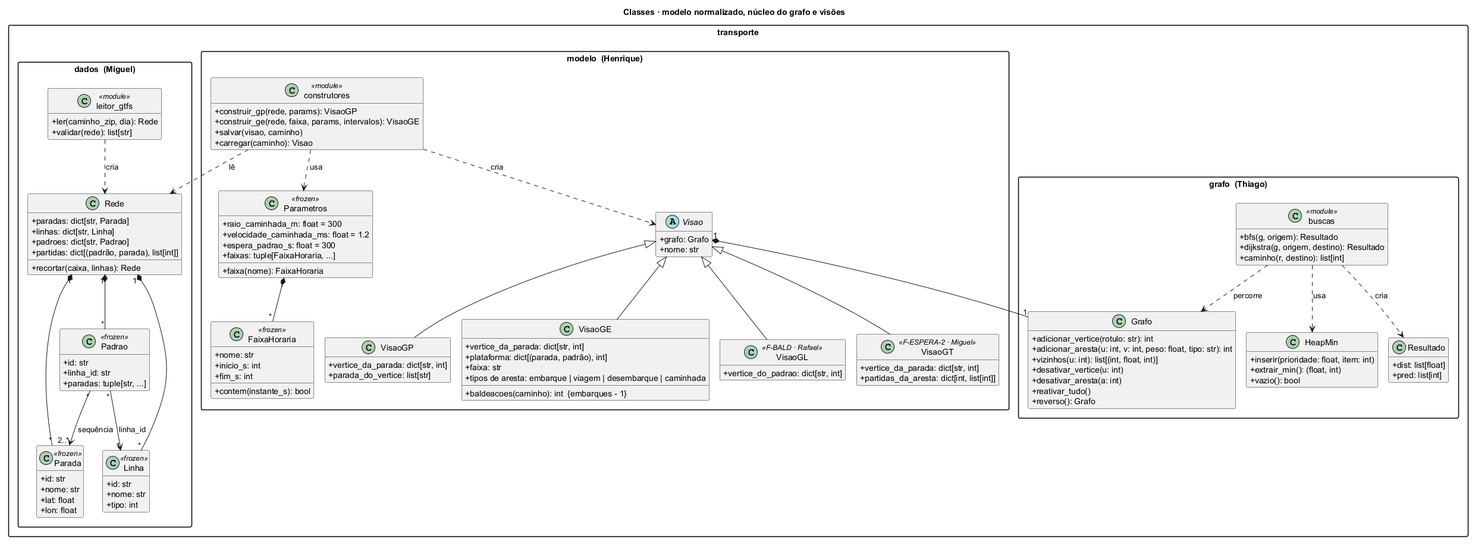
Earlier version of the PlantUML export docs/diagramas/classes.png (henriquegdc/grafos-transporte-bh).
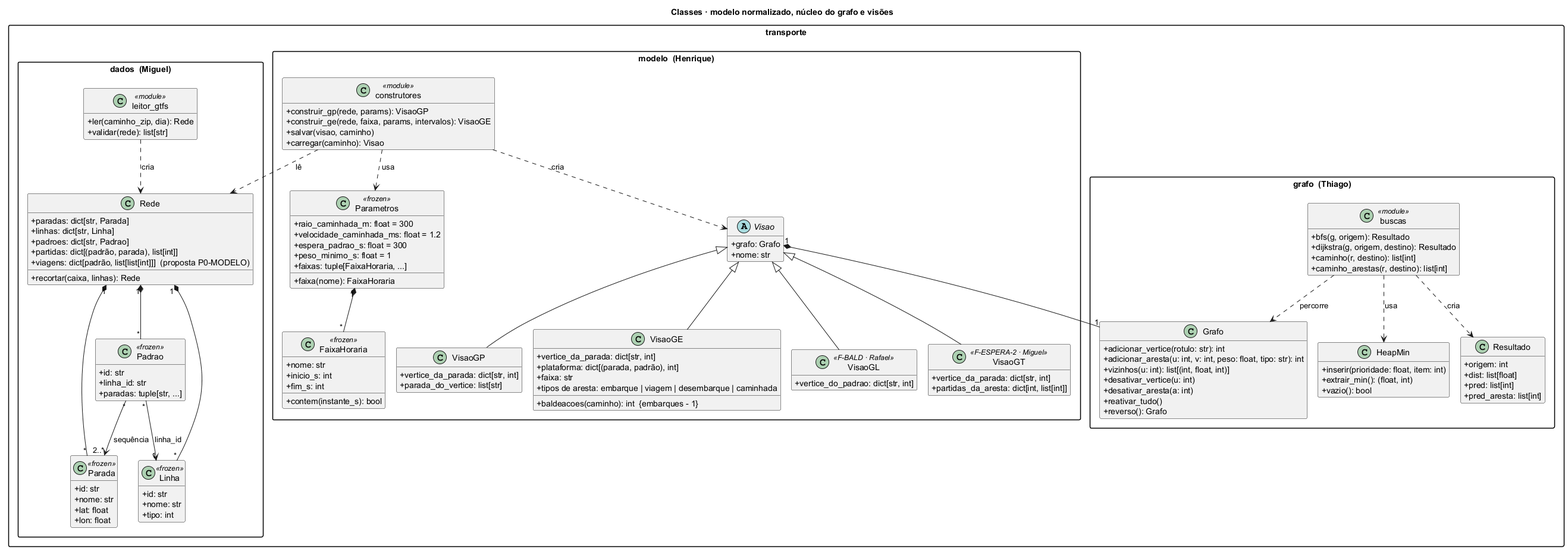
After the commit.

Commit message:
docs(P0-MODELO): registra o piso de 1 s, as decisões D8 a D11 e a retomada

Diff of the diagram source:
```diff
@@ -27,6 +27,7 @@
     +linhas: dict[str, Linha]
     +padroes: dict[str, Padrao]
     +{field} partidas: dict[(padrão, parada), list[int]]
+    +{field} viagens: dict[padrão, list[list[int]]]  (proposta P0-MODELO)
     +recortar(caixa, linhas): Rede
   }
   class leitor_gtfs <<module>> {
@@ -51,13 +52,16 @@
     +vazio(): bool
   }
   class Resultado {
+    +origem: int
     +dist: list[float]
     +pred: list[int]
+    +pred_aresta: list[int]
   }
   class buscas <<module>> {
     +bfs(g, origem): Resultado
     +dijkstra(g, origem, destino): Resultado
     +caminho(r, destino): list[int]
+    +caminho_arestas(r, destino): list[int]
   }
 }
 
@@ -66,6 +70,7 @@
     +raio_caminhada_m: float = 300
     +velocidade_caminhada_ms: float = 1.2
     +espera_padrao_s: float = 300
+    +peso_minimo_s: float = 1
     +faixas: tuple[FaixaHoraria, ...]
     +faixa(nome): FaixaHoraria
   }
```
